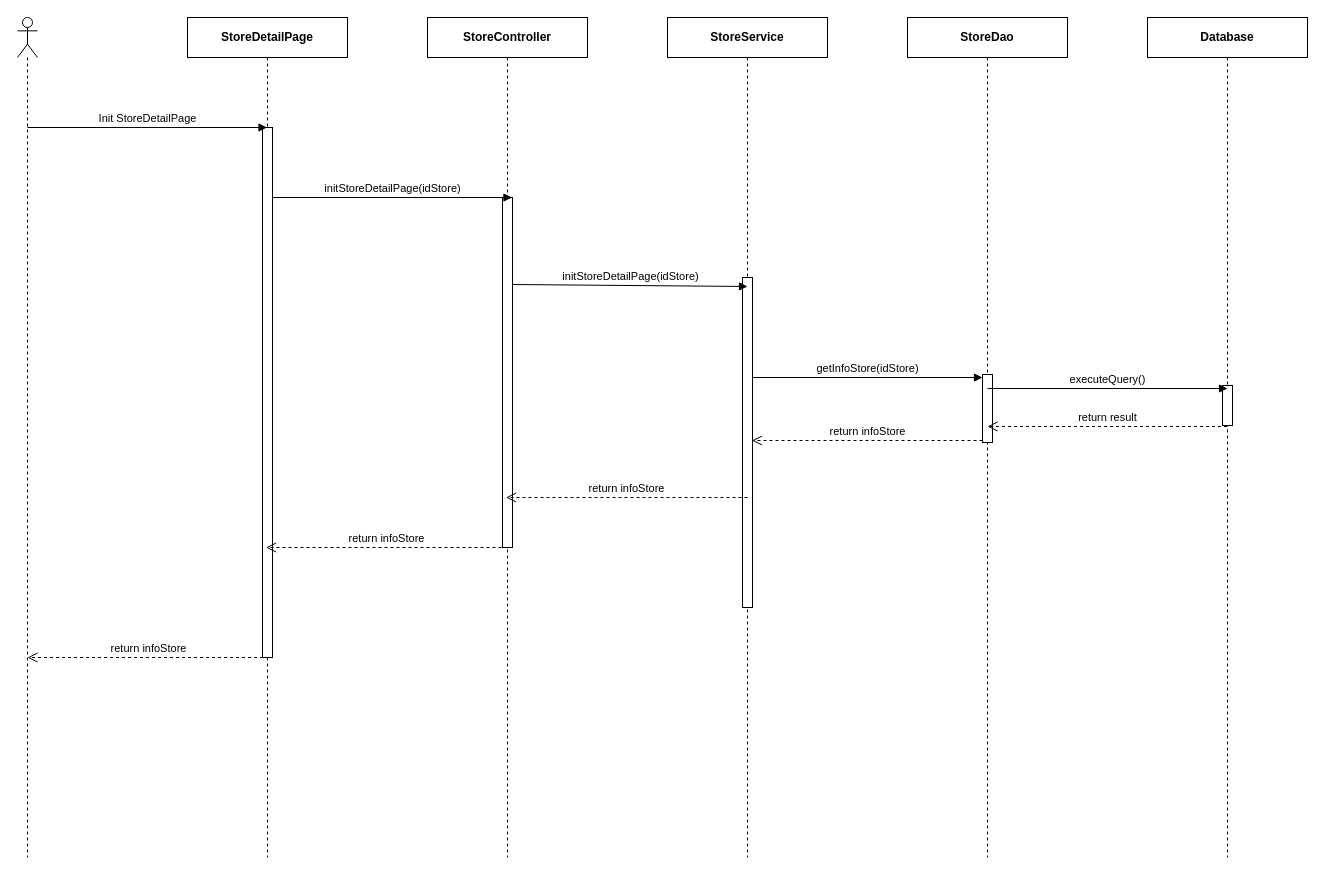
Earlier version of the draw.io diagram page "Ev01" (1 of 4) of 0. Create/Sequece/sc01/SC0101_StoreDetail.drawio (luannmdev/CapstoneDocument). Source tidied: cells renumbered, new cells numbered last; positions are measured from the earlier drawing's top-left corner, leaving out a move shared by most shapes. Both pictures are drawn from the tidied source at 100%, with x=0, y=0 at pixel (17, 17).
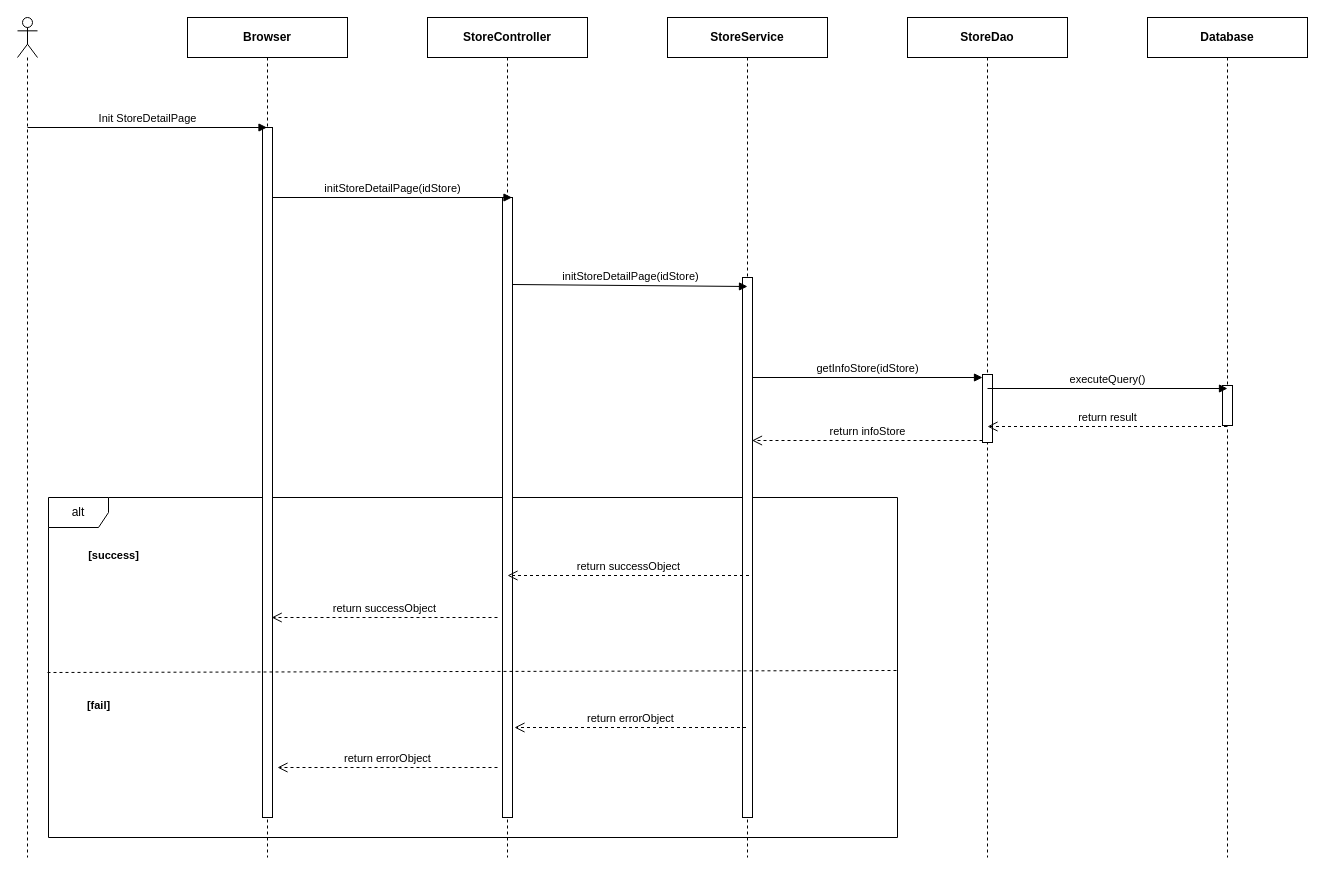
After the change.

Unchanged cells that the change refers to:
```xml
<mxCell id="9" value="&lt;b&gt;Store&lt;/b&gt;&lt;b&gt;Service&lt;/b&gt;" style="shape=umlLifeline;perimeter=lifelinePerimeter;whiteSpace=wrap;html=1;" parent="1" vertex="1">
  <mxGeometry x="650" width="160" height="840" as="geometry" />
</mxCell>
<mxCell id="11" value="&lt;b&gt;StoreController&lt;/b&gt;" style="shape=umlLifeline;perimeter=lifelinePerimeter;whiteSpace=wrap;html=1;" parent="1" vertex="1">
  <mxGeometry x="410" width="160" height="840" as="geometry" />
</mxCell>
```

Diff of the diagram source:
```diff
@@
+    <mxCell id="23" value="alt" style="shape=umlFrame;whiteSpace=wrap;html=1;" parent="1" vertex="1">
+      <mxGeometry x="31" y="480" width="849" height="340" as="geometry" />
+    </mxCell>
@@
-    <mxCell id="3" value="&lt;b&gt;StoreDetailPage&lt;/b&gt;" style="shape=umlLifeline;perimeter=lifelinePerimeter;whiteSpace=wrap;html=1;outlineConnect=0;" parent="1" vertex="1">
+    <mxCell id="3" value="&lt;b&gt;Browser&lt;/b&gt;" style="shape=umlLifeline;perimeter=lifelinePerimeter;whiteSpace=wrap;html=1;outlineConnect=0;" parent="1" vertex="1">
       <mxGeometry x="170" width="160" height="840" as="geometry" />
     </mxCell>
     <mxCell id="4" style="html=1;perimeter=orthogonalPerimeter;" parent="3" vertex="1">
-      <mxGeometry x="75" y="110" width="10" height="530" as="geometry" />
+      <mxGeometry x="75" y="110" width="10" height="690" as="geometry" />
     </mxCell>
@@
     <mxCell id="10" style="html=1;perimeter=orthogonalPerimeter;" parent="9" vertex="1">
-      <mxGeometry x="75" y="260" width="10" height="330" as="geometry" />
+      <mxGeometry x="75" y="260" width="10" height="540" as="geometry" />
     </mxCell>
@@
     <mxCell id="12" style="html=1;perimeter=orthogonalPerimeter;" parent="11" vertex="1">
-      <mxGeometry x="75" y="180" width="10" height="350" as="geometry" />
+      <mxGeometry x="75" y="180" width="10" height="620" as="geometry" />
     </mxCell>
@@
-    <mxCell id="16" value="return infoStore" style="html=1;verticalAlign=bottom;endArrow=open;dashed=1;endSize=8;" parent="1" edge="1">
-      <mxGeometry relative="1" as="geometry">
-        <mxPoint x="730" y="480" as="sourcePoint" />
-        <mxPoint x="488.5" y="480" as="targetPoint" />
-      </mxGeometry>
-    </mxCell>
@@
-    <mxCell id="21" value="return infoStore" style="html=1;verticalAlign=bottom;endArrow=open;dashed=1;endSize=8;" parent="1" edge="1">
-      <mxGeometry relative="1" as="geometry">
-        <mxPoint x="490" y="530" as="sourcePoint" />
-        <mxPoint x="248.5" y="530" as="targetPoint" />
-      </mxGeometry>
-    </mxCell>
-    <mxCell id="22" value="return infoStore" style="html=1;verticalAlign=bottom;endArrow=open;dashed=1;endSize=8;" parent="1" edge="1">
-      <mxGeometry relative="1" as="geometry">
-        <mxPoint x="251.5" y="640" as="sourcePoint" />
-        <mxPoint x="10" y="640" as="targetPoint" />
-      </mxGeometry>
-    </mxCell>
+    <mxCell id="24" value="&lt;span style=&quot;font-size: 11px ; background-color: rgb(255 , 255 , 255)&quot;&gt;&lt;b&gt;[success]&lt;/b&gt;&lt;/span&gt;" style="text;html=1;align=center;verticalAlign=middle;" parent="1" vertex="1">
+      <mxGeometry x="61" y="528" width="70" height="20" as="geometry" />
+    </mxCell>
+    <mxCell id="25" value="&lt;span style=&quot;font-size: 11px ; background-color: rgb(255 , 255 , 255)&quot;&gt;&lt;b&gt;[fail]&lt;/b&gt;&lt;/span&gt;" style="text;html=1;align=center;verticalAlign=middle;" parent="1" vertex="1">
+      <mxGeometry x="61" y="678" width="40" height="20" as="geometry" />
+    </mxCell>
+    <mxCell id="26" value="return errorObject" style="html=1;verticalAlign=bottom;endArrow=open;dashed=1;endSize=8;" parent="1" edge="1">
+      <mxGeometry relative="1" as="geometry">
+        <mxPoint x="480" y="750" as="sourcePoint" />
+        <mxPoint x="260" y="750" as="targetPoint" />
+      </mxGeometry>
+    </mxCell>
+    <mxCell id="27" value="return successObject" style="html=1;verticalAlign=bottom;endArrow=open;dashed=1;endSize=8;" parent="1" edge="1">
+      <mxGeometry relative="1" as="geometry">
+        <mxPoint x="480" y="600" as="sourcePoint" />
+        <mxPoint x="254.2" y="600" as="targetPoint" />
+      </mxGeometry>
+    </mxCell>
+    <mxCell id="28" value="return successObject" style="html=1;verticalAlign=bottom;endArrow=open;dashed=1;endSize=8;" parent="1" edge="1">
+      <mxGeometry relative="1" as="geometry">
+        <mxPoint x="731.5" y="558" as="sourcePoint" />
+        <mxPoint x="490" y="558" as="targetPoint" />
+      </mxGeometry>
+    </mxCell>
+    <mxCell id="29" value="return errorObject" style="html=1;verticalAlign=bottom;endArrow=open;dashed=1;endSize=8;" parent="1" edge="1">
+      <mxGeometry relative="1" as="geometry">
+        <mxPoint x="728.5" y="710" as="sourcePoint" />
+        <mxPoint x="497" y="710" as="targetPoint" />
+      </mxGeometry>
+    </mxCell>
+    <mxCell id="30" style="endArrow=none;dashed=1;html=1;exitX=-0.001;exitY=0.303;exitDx=0;exitDy=0;exitPerimeter=0;" parent="1" edge="1">
+      <mxGeometry relative="1" as="geometry">
+        <mxPoint x="30" y="655" as="sourcePoint" />
+        <mxPoint x="880" y="653" as="targetPoint" />
+      </mxGeometry>
+    </mxCell>
```
